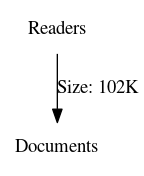
Before: graph.png, a diagram exported from Graphviz (Danielryan98/DataAnalysisTool). Its source is kept beside it as graph.dot.
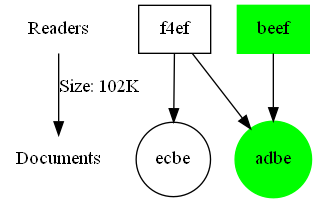
Above is the later version.

Diff of the diagram source:
```diff
@@ -2,4 +2,12 @@
 	Readers [label=Readers shape=none]
 	Documents [label=Documents shape=none]
 	Readers -> Documents [label="Size: 102K"]
+	adbe [label=adbe color=green shape=circle style=filled]
+	f4ef [label=f4ef shape=box]
+	f4ef -> adbe
+	beef [label=beef color=green shape=box style=filled]
+	beef -> adbe
+	ecbe [label=ecbe shape=circle]
+	f4ef [label=f4ef shape=box]
+	f4ef -> ecbe
 }
```
